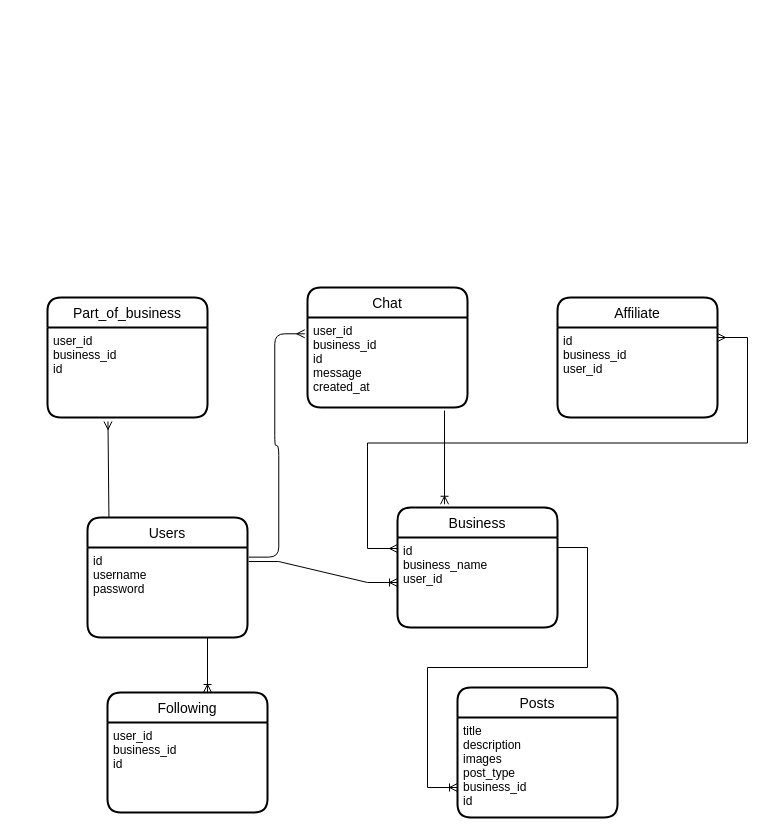
This is Untitled Diagram.drawio from MennyMo/HARDE, a draw.io file, before an edit. Source tidied: cells renumbered, new cells numbered last; positions are measured from the earlier drawing's top-left corner, leaving out a move shared by most shapes. Both pictures are drawn from the tidied source at 100%, with x=0, y=0 at pixel (47, 287).
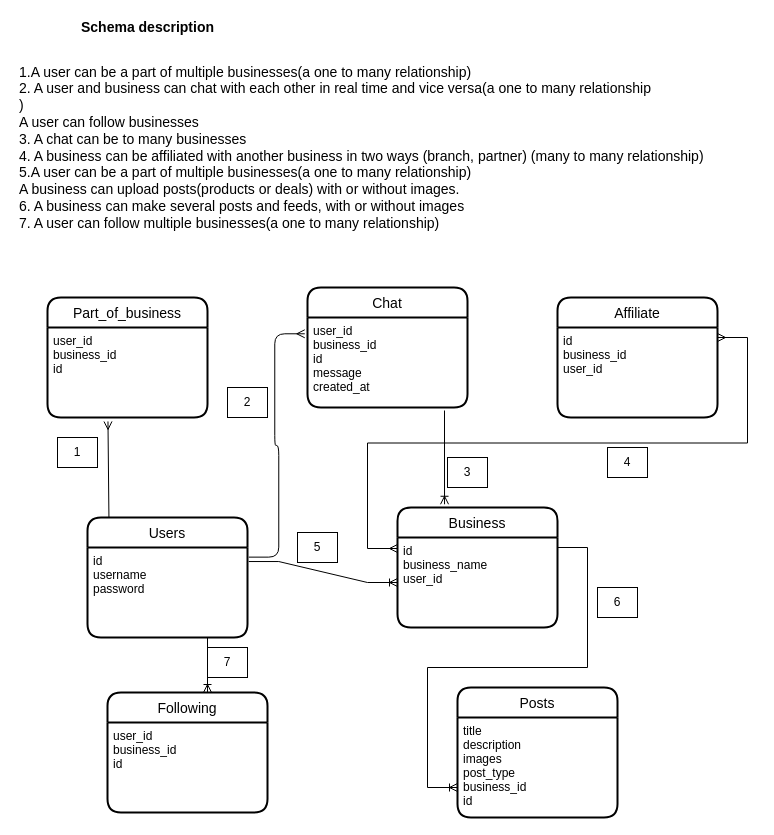
Above is the later version.

What changed in the source:
```diff
@@
+    <mxCell id="23" value="1" style="whiteSpace=wrap;html=1;" parent="1" vertex="1">
+      <mxGeometry x="10" y="150" width="40" height="30" as="geometry" />
+    </mxCell>
+    <mxCell id="24" value="2" style="whiteSpace=wrap;html=1;" parent="1" vertex="1">
+      <mxGeometry x="180" y="100" width="40" height="30" as="geometry" />
+    </mxCell>
+    <mxCell id="25" value="4" style="whiteSpace=wrap;html=1;" parent="1" vertex="1">
+      <mxGeometry x="560" y="160" width="40" height="30" as="geometry" />
+    </mxCell>
+    <mxCell id="26" value="3" style="whiteSpace=wrap;html=1;" parent="1" vertex="1">
+      <mxGeometry x="400" y="170" width="40" height="30" as="geometry" />
+    </mxCell>
+    <mxCell id="27" value="5" style="whiteSpace=wrap;html=1;" parent="1" vertex="1">
+      <mxGeometry x="250" y="245" width="40" height="30" as="geometry" />
+    </mxCell>
+    <mxCell id="28" value="6" style="whiteSpace=wrap;html=1;" parent="1" vertex="1">
+      <mxGeometry x="550" y="300" width="40" height="30" as="geometry" />
+    </mxCell>
+    <mxCell id="29" value="&lt;font style=&quot;font-size: 14px&quot;&gt;1.A user can be a part of multiple businesses(a one to many relationship)&lt;br&gt;2. A user and business can chat with each other in real time and vice versa(a one to many relationship&lt;br&gt;)&lt;br&gt;A user can follow businesses&lt;br&gt;3. A chat can be to many businesses&lt;br&gt;4. A business can be affiliated with another business in two ways (branch, partner) (many to many relationship)&lt;br&gt;5.A user can be a part of multiple businesses(a one to many relationship)&lt;br&gt;A business can upload posts(products or deals) with or without images.&lt;br&gt;6. A business can make several posts and feeds, with or without images&lt;br&gt;7. A user can follow multiple businesses(a one to many relationship)&lt;br&gt;&lt;/font&gt;" style="text;html=1;align=left;verticalAlign=middle;strokeColor=none;fillColor=none;" parent="1" vertex="1">
+      <mxGeometry x="-30" y="-220" width="700" height="160" as="geometry" />
+    </mxCell>
+    <mxCell id="30" value="7" style="whiteSpace=wrap;html=1;" parent="1" vertex="1">
+      <mxGeometry x="160" y="360" width="40" height="30" as="geometry" />
+    </mxCell>
+    <mxCell id="31" value="&lt;b&gt;Schema description&lt;/b&gt;" style="text;html=1;align=center;verticalAlign=middle;strokeColor=none;fillColor=none;fontSize=14;" parent="1" vertex="1">
+      <mxGeometry x="25" y="-270" width="150" height="20" as="geometry" />
+    </mxCell>
```
